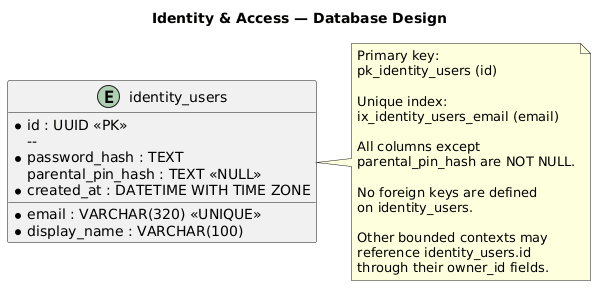
Above: assets/diagrams/content-identity&access-Database.png in Tale-Star/docs (PlantUML), before the change. Source of this version:
```plantuml
@startuml
title Identity & Access — Database Design

skinparam shadowing false
skinparam linetype ortho

entity "identity_users" as identity_users {

    * id : UUID <<PK>>
    --
    * email : VARCHAR(320) <<UNIQUE>>
    * display_name : VARCHAR(100)
    * password_hash : TEXT
    parental_pin_hash : TEXT <<NULL>>
    * created_at : DATETIME WITH TIME ZONE

}

note right of identity_users
  Primary key:
  pk_identity_users (id)

  Unique index:
  ix_identity_users_email (email)

  All columns except
  parental_pin_hash are NOT NULL.

  No foreign keys are defined
  on identity_users.

  Other bounded contexts may
  reference identity_users.id
  through their owner_id fields.
end note
@enduml
```
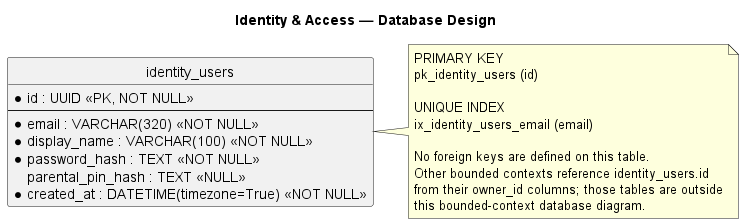
The same file after the commit.

Commit message:
docs: fix identity diagrams and update report

The edit, as a diff of the source:
```diff
@@ -1,36 +1,35 @@
-@startuml
+@startuml IdentityAccessDatabase
+hide circle
+skinparam shadowing false
+skinparam linetype ortho
+skinparam entity {
+  BackgroundColor #f8f6ff
+  BorderColor #5b3dfa
+  AttributeFontColor #22222a
+}
+
 title Identity & Access — Database Design
 
-skinparam shadowing false
-skinparam linetype ortho
-
 entity "identity_users" as identity_users {
-
-    * id : UUID <<PK>>
-    --
-    * email : VARCHAR(320) <<UNIQUE>>
-    * display_name : VARCHAR(100)
-    * password_hash : TEXT
-    parental_pin_hash : TEXT <<NULL>>
-    * created_at : DATETIME WITH TIME ZONE
-
+  * id : UUID <<PK, NOT NULL>>
+  --
+  * email : VARCHAR(320) <<NOT NULL>>
+  * display_name : VARCHAR(100) <<NOT NULL>>
+  * password_hash : TEXT <<NOT NULL>>
+  parental_pin_hash : TEXT <<NULL>>
+  * created_at : DATETIME(timezone=True) <<NOT NULL>>
 }
 
 note right of identity_users
-  Primary key:
-  pk_identity_users (id)
+PRIMARY KEY
+pk_identity_users (id)
 
-  Unique index:
-  ix_identity_users_email (email)
+UNIQUE INDEX
+ix_identity_users_email (email)
 
-  All columns except
-  parental_pin_hash are NOT NULL.
-
-  No foreign keys are defined
-  on identity_users.
-
-  Other bounded contexts may
-  reference identity_users.id
-  through their owner_id fields.
+No foreign keys are defined on this table.
+Other bounded contexts reference identity_users.id
+from their owner_id columns; those tables are outside
+this bounded-context database diagram.
 end note
 @enduml
```
